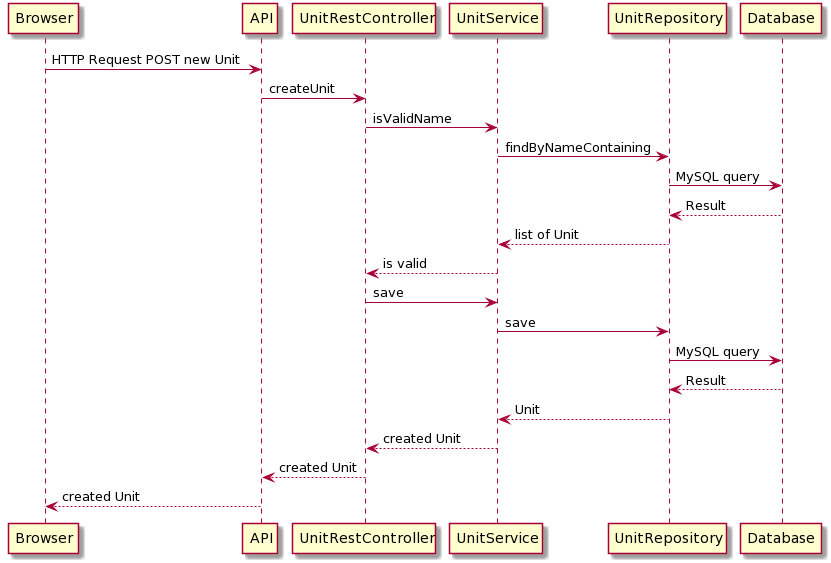
codeurjc/santatecla keeps this PlantUML diagram as resources/diagrams/sequence/createUnit.png. Above is the earlier version.
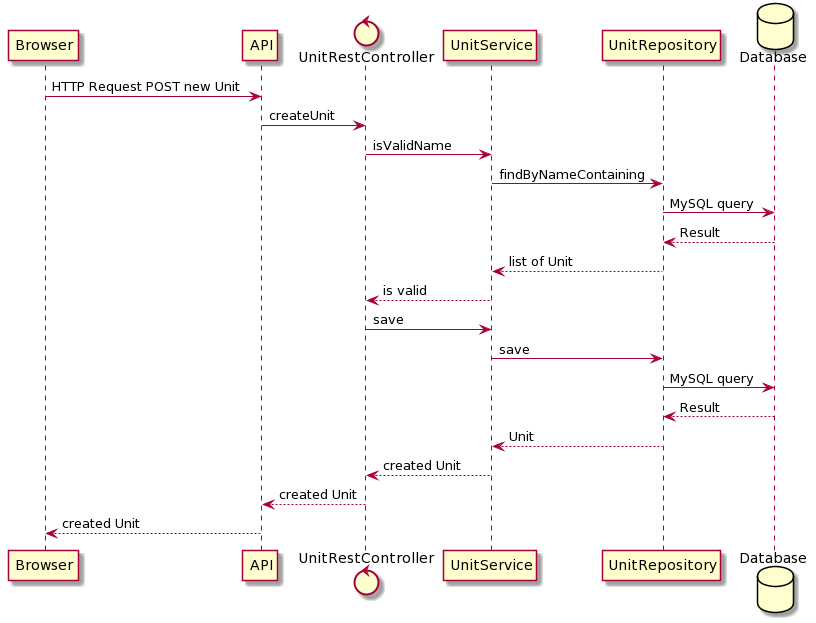
Later version of the same file.

Commit message:
refactor: sequence diagrams

The edit, as a diff of the source:
```diff
@@ -1,4 +1,11 @@
 @startuml
+participant Browser
+participant API
+control UnitRestController
+participant UnitService
+participant UnitRepository
+database Database
+
 Browser -> API: HTTP Request POST new Unit
 API -> UnitRestController: createUnit
 UnitRestController -> UnitService: isValidName
```
